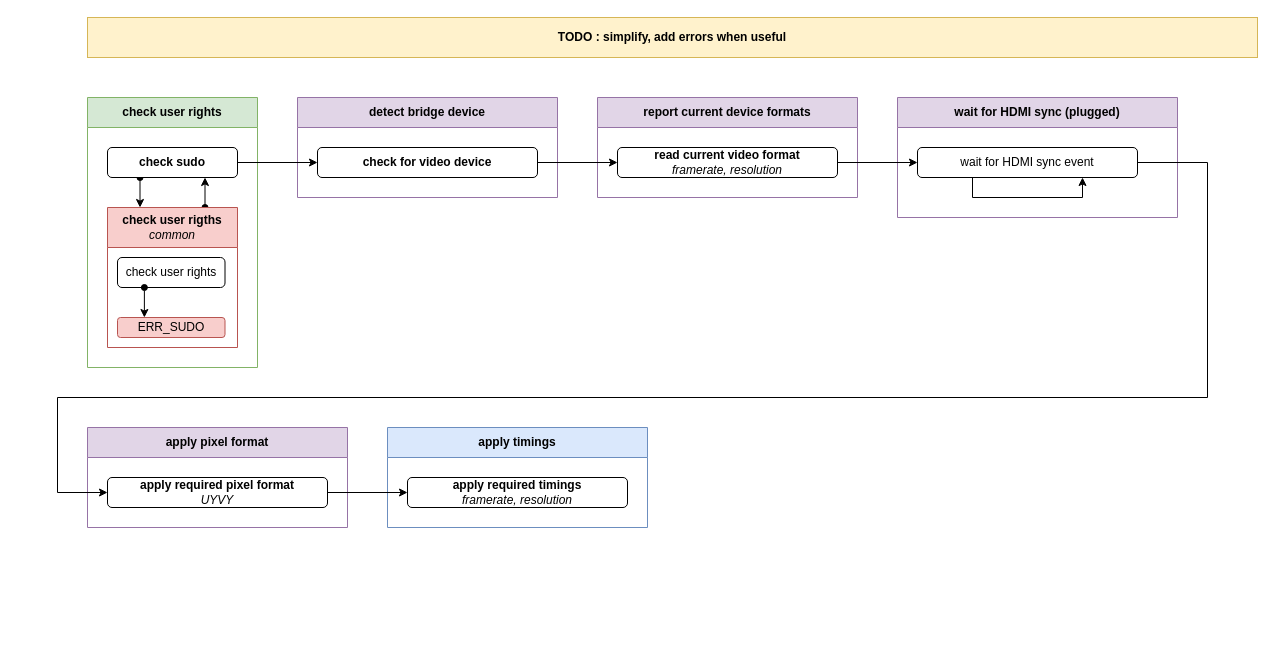
The draw.io diagram page "start-process" (4 of 4) of docs/arch/arch.drawio in repeact/embedded-sw, before the edit. Source tidied: cells renumbered, new cells numbered last; positions are measured from the earlier drawing's top-left corner, leaving out a move shared by most shapes. Both pictures are drawn from the tidied source at 100%, with x=0, y=0 at pixel (57, 17).
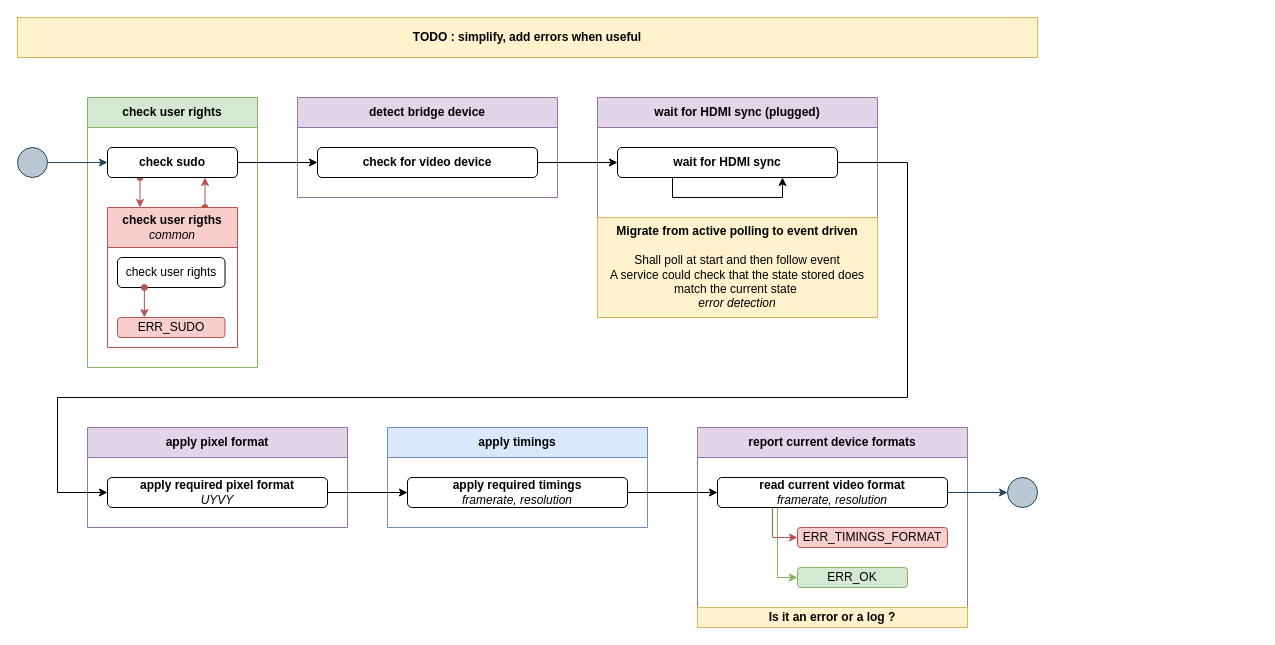
The same diagram, later.

Commit message (it also covers changes not shown here):
docs(arch): improve current architecture

This commit add new architetcure features and resolve some issues:
- add new errors cases.
- add architecture todos and notes (roadmap features).
- simplify and rearrange blocks diagram (workflow).
- patch layout and add new layout informations (start/end point).

The change refers to these unchanged cells:
```xml
<mxCell id="2" value="check user rights" style="swimlane;whiteSpace=wrap;html=1;startSize=30;fillColor=#d5e8d4;strokeColor=#82b366;" parent="1" vertex="1">
  <mxGeometry x="30" y="80" width="170" height="270" as="geometry" />
</mxCell>
<mxCell id="4" value="check user rigths&lt;div&gt;&lt;i style=&quot;font-weight: normal;&quot;&gt;common&lt;/i&gt;&lt;/div&gt;" style="swimlane;whiteSpace=wrap;html=1;startSize=40;fillColor=#f8cecc;strokeColor=#b85450;" parent="2" vertex="1">
  <mxGeometry x="20" y="110" width="130" height="140" as="geometry" />
</mxCell>
<mxCell id="5" value="check user rights" style="rounded=1;whiteSpace=wrap;html=1;" parent="4" vertex="1">
  <mxGeometry x="10" y="50" width="107.5" height="30" as="geometry" />
</mxCell>
<mxCell id="7" value="ERR_SUDO" style="rounded=1;whiteSpace=wrap;html=1;fillColor=#f8cecc;strokeColor=#b85450;" parent="4" vertex="1">
  <mxGeometry x="10" y="110" width="107.5" height="20" as="geometry" />
</mxCell>
<mxCell id="9" value="&lt;b&gt;check sudo&lt;/b&gt;" style="rounded=1;whiteSpace=wrap;html=1;" parent="2" vertex="1">
  <mxGeometry x="20" y="50" width="130" height="30" as="geometry" />
</mxCell>
<mxCell id="11" value="&lt;b&gt;check for video device&lt;/b&gt;" style="rounded=1;whiteSpace=wrap;html=1;" parent="10" vertex="1">
  <mxGeometry x="20" y="50" width="220" height="30" as="geometry" />
</mxCell>
<mxCell id="18" value="&lt;span style=&quot;font-weight: 700;&quot;&gt;apply required pixel format&lt;/span&gt;&lt;div&gt;&lt;i&gt;UYVY&lt;/i&gt;&lt;/div&gt;" style="rounded=1;whiteSpace=wrap;html=1;" parent="17" vertex="1">
  <mxGeometry x="20" y="50" width="220" height="30" as="geometry" />
</mxCell>
<mxCell id="20" value="&lt;div&gt;&lt;span style=&quot;font-weight: 700;&quot;&gt;apply required timings&lt;/span&gt;&lt;/div&gt;&lt;div&gt;&lt;i&gt;framerate, resolution&lt;/i&gt;&lt;/div&gt;" style="rounded=1;whiteSpace=wrap;html=1;" parent="19" vertex="1">
  <mxGeometry x="20" y="50" width="220" height="30" as="geometry" />
</mxCell>
```

The edit, as a diff of the source:
```diff
@@
-    <mxCell id="3" style="edgeStyle=orthogonalEdgeStyle;rounded=0;jettySize=auto;html=1;exitX=0.75;exitY=0;exitDx=0;exitDy=0;entryX=0.75;entryY=1;entryDx=0;entryDy=0;startArrow=oval;startFill=1;" parent="2" edge="1" source="4" target="9">
+    <mxCell id="3" style="edgeStyle=orthogonalEdgeStyle;rounded=0;jettySize=auto;html=1;exitX=0.75;exitY=0;exitDx=0;exitDy=0;entryX=0.75;entryY=1;entryDx=0;entryDy=0;startArrow=oval;startFill=1;fillColor=#f8cecc;strokeColor=#b85450;" parent="2" edge="1" source="4" target="9">
       <mxGeometry relative="1" as="geometry" />
     </mxCell>
@@
-    <mxCell id="6" style="edgeStyle=orthogonalEdgeStyle;rounded=0;jettySize=auto;html=1;entryX=0.25;entryY=0;entryDx=0;entryDy=0;startArrow=oval;startFill=1;exitX=0.25;exitY=1;exitDx=0;exitDy=0;" parent="4" edge="1" source="5" target="7">
+    <mxCell id="6" style="edgeStyle=orthogonalEdgeStyle;rounded=0;jettySize=auto;html=1;entryX=0.25;entryY=0;entryDx=0;entryDy=0;startArrow=oval;startFill=1;exitX=0.25;exitY=1;exitDx=0;exitDy=0;fillColor=#f8cecc;strokeColor=#b85450;" parent="4" edge="1" source="5" target="7">
       <mxGeometry relative="1" as="geometry" />
     </mxCell>
@@
-    <mxCell id="8" style="edgeStyle=orthogonalEdgeStyle;rounded=0;jettySize=auto;html=1;exitX=0.25;exitY=1;exitDx=0;exitDy=0;entryX=0.25;entryY=0;entryDx=0;entryDy=0;startArrow=oval;startFill=1;" parent="2" edge="1" source="9" target="4">
+    <mxCell id="8" style="edgeStyle=orthogonalEdgeStyle;rounded=0;jettySize=auto;html=1;exitX=0.25;exitY=1;exitDx=0;exitDy=0;entryX=0.25;entryY=0;entryDx=0;entryDy=0;startArrow=oval;startFill=1;fillColor=#f8cecc;strokeColor=#b85450;" parent="2" edge="1" source="9" target="4">
       <mxGeometry relative="1" as="geometry" />
     </mxCell>
@@
-    <mxCell id="12" value="report current device formats" style="swimlane;whiteSpace=wrap;html=1;startSize=30;fillColor=#e1d5e7;strokeColor=#9673a6;" parent="1" vertex="1">
-      <mxGeometry x="540" y="80" width="260" height="100" as="geometry" />
-    </mxCell>
-    <mxCell id="13" value="&lt;b&gt;read current video format&lt;/b&gt;&lt;div&gt;&lt;i&gt;framerate, resolution&lt;/i&gt;&lt;/div&gt;" style="rounded=1;whiteSpace=wrap;html=1;" parent="12" vertex="1">
-      <mxGeometry x="20" y="50" width="220" height="30" as="geometry" />
-    </mxCell>
     <mxCell id="14" value="wait for HDMI sync (plugged)" style="swimlane;whiteSpace=wrap;html=1;startSize=30;fillColor=#e1d5e7;strokeColor=#9673a6;" parent="1" vertex="1">
-      <mxGeometry x="840" y="80" width="280" height="120" as="geometry" />
+      <mxGeometry x="540" y="80" width="280" height="220" as="geometry" />
     </mxCell>
-    <mxCell id="15" value="wait for HDMI sync event" style="rounded=1;whiteSpace=wrap;html=1;" parent="14" vertex="1">
+    <mxCell id="15" value="wait for HDMI sync" style="rounded=1;whiteSpace=wrap;html=1;fontStyle=1;" parent="14" vertex="1">
       <mxGeometry x="20" y="50" width="220" height="30" as="geometry" />
     </mxCell>
@@
+    <mxCell id="27" value="Migrate from active polling to event driven&lt;div&gt;&lt;span style=&quot;font-weight: normal;&quot;&gt;&lt;br&gt;Shall poll at start and then follow event&lt;/span&gt;&lt;/div&gt;&lt;div&gt;&lt;span style=&quot;font-weight: normal;&quot;&gt;A service could check that the state stored does match the current state&amp;nbsp;&lt;/span&gt;&lt;/div&gt;&lt;div&gt;&lt;i style=&quot;font-weight: normal;&quot;&gt;error detection&lt;/i&gt;&lt;/div&gt;" style="rounded=0;whiteSpace=wrap;html=1;fillColor=#fff2cc;strokeColor=#d6b656;fontStyle=1;" parent="14" vertex="1">
+      <mxGeometry y="120" width="280" height="100" as="geometry" />
+    </mxCell>
@@
-    <mxCell id="21" style="edgeStyle=orthogonalEdgeStyle;rounded=0;jettySize=auto;html=1;entryX=0;entryY=0.5;entryDx=0;entryDy=0;" parent="1" edge="1" source="11" target="13">
+    <mxCell id="21" style="edgeStyle=orthogonalEdgeStyle;rounded=0;jettySize=auto;html=1;entryX=0;entryY=0.5;entryDx=0;entryDy=0;" parent="1" edge="1" source="11" target="15">
       <mxGeometry relative="1" as="geometry" />
     </mxCell>
-    <mxCell id="22" style="edgeStyle=orthogonalEdgeStyle;rounded=0;jettySize=auto;html=1;exitX=1;exitY=0.5;exitDx=0;exitDy=0;entryX=0;entryY=0.5;entryDx=0;entryDy=0;" parent="1" edge="1" source="13" target="15">
-      <mxGeometry relative="1" as="geometry" />
-    </mxCell>
@@
     <mxCell id="24" style="edgeStyle=orthogonalEdgeStyle;rounded=0;jettySize=auto;html=1;exitX=1;exitY=0.5;exitDx=0;exitDy=0;entryX=0;entryY=0.5;entryDx=0;entryDy=0;" parent="1" edge="1" source="15" target="18">
       <mxGeometry relative="1" as="geometry">
         <Array as="points">
-          <mxPoint x="1150" y="145" />
-          <mxPoint x="1150" y="380" />
+          <mxPoint x="850" y="145" />
+          <mxPoint x="850" y="380" />
           <mxPoint y="380" />
           <mxPoint y="475" />
         </Array>
       </mxGeometry>
     </mxCell>
@@
     <mxCell id="26" value="TODO : simplify, add errors when useful" style="rounded=0;whiteSpace=wrap;html=1;fillColor=#fff2cc;strokeColor=#d6b656;fontStyle=1;" parent="1" vertex="1">
-      <mxGeometry x="30" width="1170" height="40" as="geometry" />
+      <mxGeometry x="-40" width="1020" height="40" as="geometry" />
     </mxCell>
+    <mxCell id="12" value="report current device formats" style="swimlane;whiteSpace=wrap;html=1;startSize=30;fillColor=#e1d5e7;strokeColor=#9673a6;" parent="1" vertex="1">
+      <mxGeometry x="640" y="410" width="270" height="200" as="geometry" />
+    </mxCell>
+    <mxCell id="28" style="edgeStyle=orthogonalEdgeStyle;rounded=0;jettySize=auto;html=1;exitX=0.25;exitY=1;exitDx=0;exitDy=0;entryX=0;entryY=0.5;entryDx=0;entryDy=0;fillColor=#f8cecc;strokeColor=#b85450;" parent="12" edge="1" source="13" target="29">
+      <mxGeometry relative="1" as="geometry">
+        <Array as="points">
+          <mxPoint x="75" y="110" />
+        </Array>
+      </mxGeometry>
+    </mxCell>
+    <mxCell id="13" value="&lt;b&gt;read current video format&lt;/b&gt;&lt;div&gt;&lt;i&gt;framerate, resolution&lt;/i&gt;&lt;/div&gt;" style="rounded=1;whiteSpace=wrap;html=1;" parent="12" vertex="1">
+      <mxGeometry x="20" y="50" width="230" height="30" as="geometry" />
+    </mxCell>
+    <mxCell id="29" value="ERR_TIMINGS_FORMAT" style="rounded=1;whiteSpace=wrap;html=1;fillColor=#f8cecc;strokeColor=#b85450;" parent="12" vertex="1">
+      <mxGeometry x="100" y="100" width="150" height="20" as="geometry" />
+    </mxCell>
+    <mxCell id="30" value="Is it an error or a log ?" style="rounded=0;whiteSpace=wrap;html=1;fillColor=#fff2cc;strokeColor=#d6b656;fontStyle=1;" parent="12" vertex="1">
+      <mxGeometry y="180" width="270" height="20" as="geometry" />
+    </mxCell>
+    <mxCell id="31" style="edgeStyle=orthogonalEdgeStyle;rounded=0;jettySize=auto;html=1;exitX=1;exitY=0.5;exitDx=0;exitDy=0;entryX=0;entryY=0.5;entryDx=0;entryDy=0;" parent="1" edge="1" source="20" target="13">
+      <mxGeometry relative="1" as="geometry" />
+    </mxCell>
+    <mxCell id="32" value="ERR_OK" style="rounded=1;whiteSpace=wrap;html=1;fillColor=#d5e8d4;strokeColor=#82b366;" parent="1" vertex="1">
+      <mxGeometry x="740" y="550" width="110" height="20" as="geometry" />
+    </mxCell>
+    <mxCell id="33" style="edgeStyle=orthogonalEdgeStyle;rounded=0;jettySize=auto;html=1;entryX=0;entryY=0.5;entryDx=0;entryDy=0;fillColor=#d5e8d4;strokeColor=#82b366;" parent="1" edge="1" source="13" target="32">
+      <mxGeometry relative="1" as="geometry">
+        <Array as="points">
+          <mxPoint x="720" y="560" />
+        </Array>
+      </mxGeometry>
+    </mxCell>
+    <mxCell id="34" style="edgeStyle=orthogonalEdgeStyle;rounded=0;jettySize=auto;html=1;exitX=1;exitY=0.5;exitDx=0;exitDy=0;entryX=0;entryY=0.5;entryDx=0;entryDy=0;fillColor=#bac8d3;strokeColor=#23445d;" parent="1" edge="1" source="35" target="9">
+      <mxGeometry relative="1" as="geometry" />
+    </mxCell>
+    <mxCell id="35" style="ellipse;whiteSpace=wrap;html=1;fillColor=#bac8d3;strokeColor=#23445d;" parent="1" vertex="1">
+      <mxGeometry x="-40" y="130" width="30" height="30" as="geometry" />
+    </mxCell>
+    <mxCell id="36" style="ellipse;whiteSpace=wrap;html=1;fillColor=#bac8d3;strokeColor=#23445d;" parent="1" vertex="1">
+      <mxGeometry x="950" y="460" width="30" height="30" as="geometry" />
+    </mxCell>
+    <mxCell id="37" style="edgeStyle=orthogonalEdgeStyle;rounded=0;jettySize=auto;html=1;entryX=0;entryY=0.5;entryDx=0;entryDy=0;fillColor=#bac8d3;strokeColor=#23445d;" parent="1" edge="1" source="13" target="36">
+      <mxGeometry relative="1" as="geometry" />
+    </mxCell>
```
